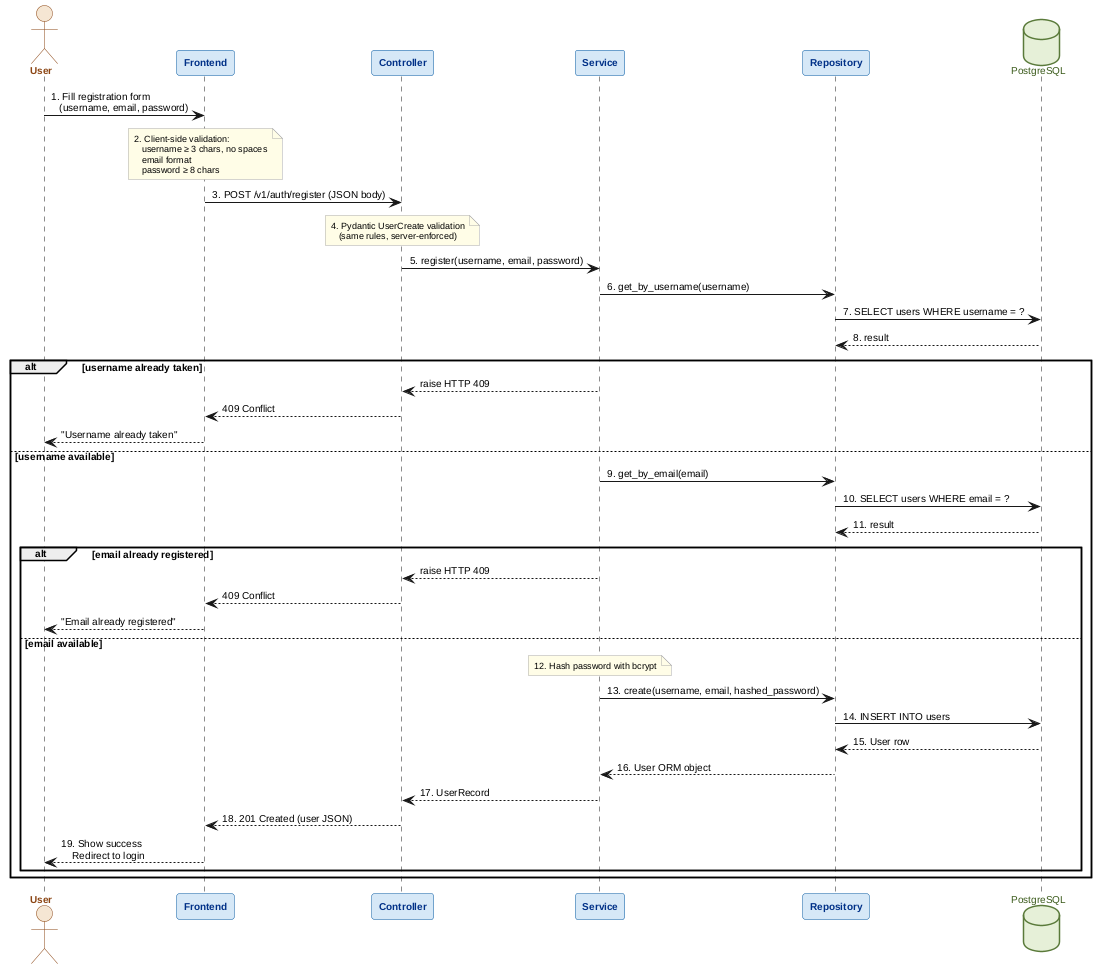
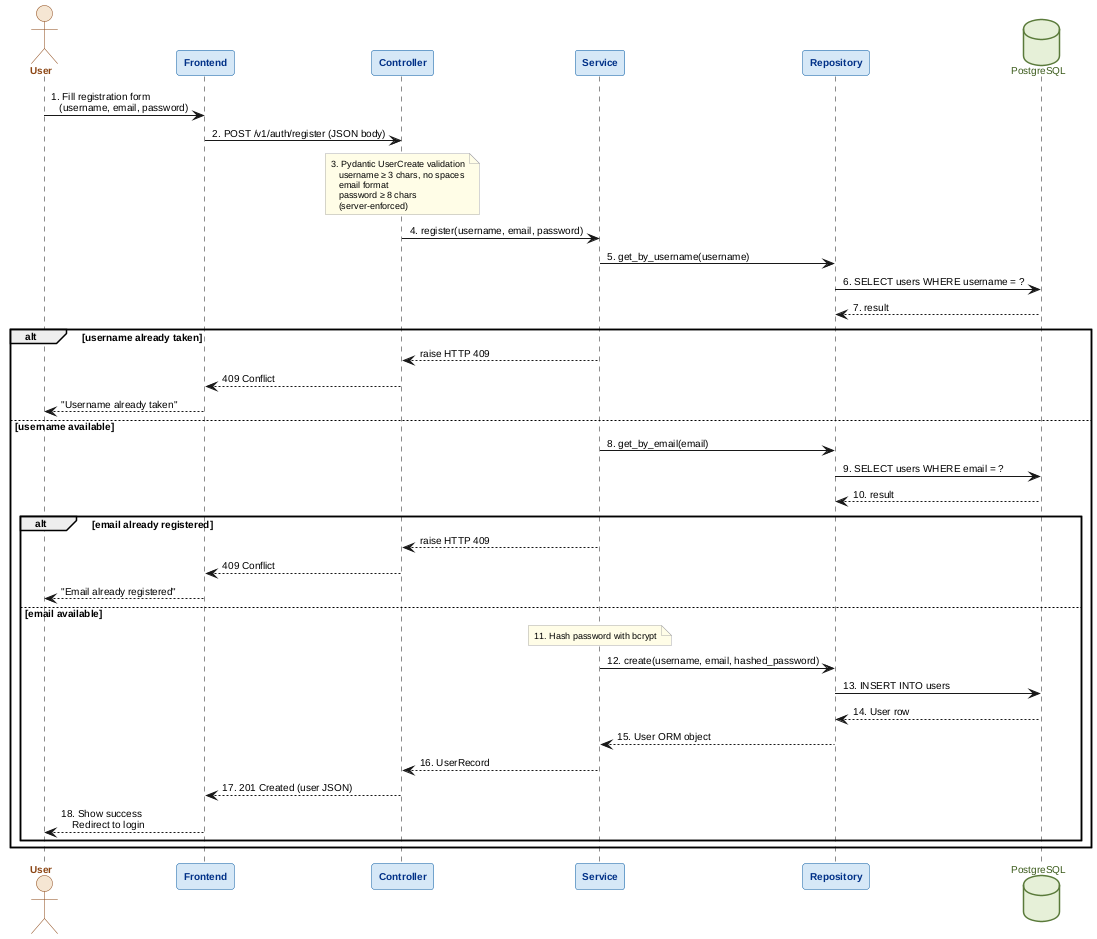
@startuml register

skinparam defaultFontName Liberation Sans
skinparam defaultFontSize 10
skinparam shadowing false
skinparam backgroundColor white
skinparam sequenceMessageAlign left

skinparam participant {
  BorderColor #0056A0
  BackgroundColor #D6E8F7
  FontColor #003087
  FontStyle bold
}
skinparam actor {
  BorderColor #8B4513
  BackgroundColor #F5E6D3
  FontColor #8B4513
  FontStyle bold
}
skinparam database {
  BorderColor #5a7a3a
  BackgroundColor #E6F0D8
  FontColor #3a5a1a
}
skinparam note {
  BorderColor #aaaaaa
  BackgroundColor #FFFDE7
  FontSize 9
}

actor       "User"       as user
participant "Frontend"   as frontend
participant "Controller" as ctrl
participant "Service"    as svc
participant "Repository" as repo
database    "PostgreSQL" as db

user     ->  frontend : 1. Fill registration form\n   (username, email, password)

- note over frontend
-   2. Client-side validation:
+ frontend ->  ctrl : 2. POST /v1/auth/register (JSON body)
+ 
+ note over ctrl
+   3. Pydantic UserCreate validation
     username ≥ 3 chars, no spaces
     email format
     password ≥ 8 chars
+      (server-enforced)
end note

- frontend ->  ctrl : 3. POST /v1/auth/register (JSON body)
- 
- note over ctrl
-   4. Pydantic UserCreate validation
-      (same rules, server-enforced)
- end note
- 
- ctrl     ->  svc  : 5. register(username, email, password)
- svc      ->  repo : 6. get_by_username(username)
- repo     ->  db   : 7. SELECT users WHERE username = ?
- db       --> repo : 8. result
+ ctrl     ->  svc  : 4. register(username, email, password)
+ svc      ->  repo : 5. get_by_username(username)
+ repo     ->  db   : 6. SELECT users WHERE username = ?
+ db       --> repo : 7. result

alt username already taken
  svc --> ctrl : raise HTTP 409
  ctrl --> frontend : 409 Conflict
  frontend --> user : "Username already taken"
else username available
-   svc      ->  repo : 9. get_by_email(email)
-   repo     ->  db   : 10. SELECT users WHERE email = ?
-   db       --> repo : 11. result
+   svc      ->  repo : 8. get_by_email(email)
+   repo     ->  db   : 9. SELECT users WHERE email = ?
+   db       --> repo : 10. result

  alt email already registered
    svc --> ctrl : raise HTTP 409
    ctrl --> frontend : 409 Conflict
    frontend --> user : "Email already registered"
  else email available
    note over svc
-       12. Hash password with bcrypt
+       11. Hash password with bcrypt
    end note
-     svc  ->  repo : 13. create(username, email, hashed_password)
-     repo ->  db   : 14. INSERT INTO users
-     db   --> repo : 15. User row
-     repo --> svc  : 16. User ORM object
-     svc  --> ctrl : 17. UserRecord
-     ctrl --> frontend : 18. 201 Created (user JSON)
-     frontend --> user : 19. Show success\n    Redirect to login
+     svc  ->  repo : 12. create(username, email, hashed_password)
+     repo ->  db   : 13. INSERT INTO users
+     db   --> repo : 14. User row
+     repo --> svc  : 15. User ORM object
+     svc  --> ctrl : 16. UserRecord
+     ctrl --> frontend : 17. 201 Created (user JSON)
+     frontend --> user : 18. Show success\n    Redirect to login
  end
end

@enduml
